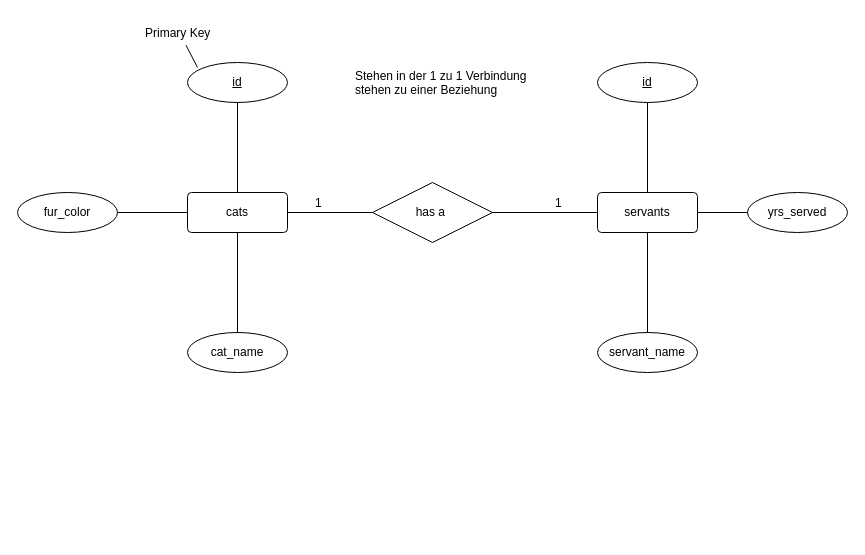
JenniferRoe/02_DB_Models keeps this draw.io diagram as kardinalitaet_1_1/01_1-1.drawio. Above is the earlier version. Source tidied: cells renumbered, new cells numbered last; positions are measured from the earlier drawing's top-left corner, leaving out a move shared by most shapes. Both pictures are drawn from the tidied source at 100%, with x=0, y=0 at pixel (17, 17).
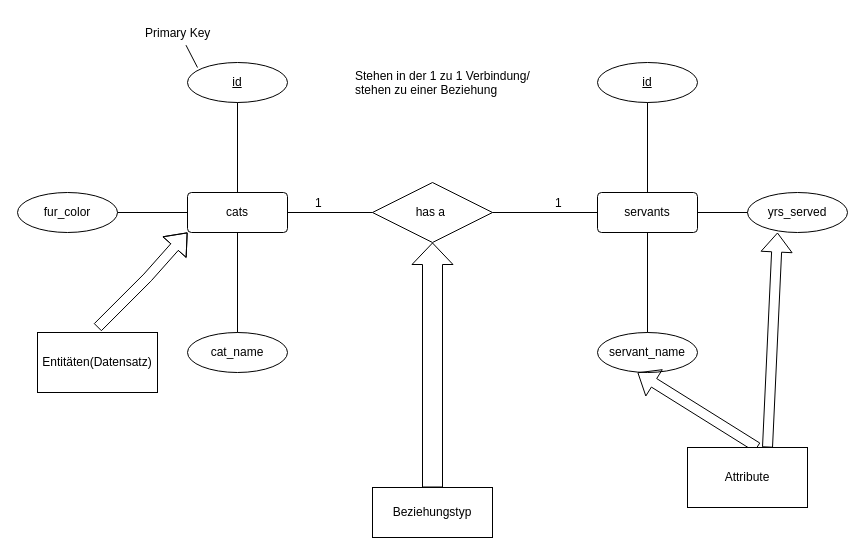
The same diagram, later.

Unchanged cells that the change refers to:
```xml
<mxCell id="2" value="cats" style="rounded=1;arcSize=10;whiteSpace=wrap;html=1;align=center;" parent="1" vertex="1">
  <mxGeometry x="170" y="175" width="100" height="40" as="geometry" />
</mxCell>
<mxCell id="16" value="has a&amp;nbsp;" style="shape=rhombus;perimeter=rhombusPerimeter;whiteSpace=wrap;html=1;align=center;" parent="1" vertex="1">
  <mxGeometry x="355" y="165" width="120" height="60" as="geometry" />
</mxCell>
<mxCell id="28" style="shape=tableRow;horizontal=0;startSize=0;swimlaneHead=0;swimlaneBody=0;fillColor=none;top=0;left=0;right=0;bottom=0;" parent="27" vertex="1">
  <mxGeometry width="230" height="30" as="geometry" />
</mxCell>
```

What changed in the source:
```diff
@@
-    <mxCell id="30" value="Stehen in der 1 zu 1 Verbindung&#10;stehen zu einer Beziehung" style="shape=partialRectangle;fillColor=none;top=0;left=0;bottom=0;right=0;align=left;spacingLeft=6;overflow=hidden;" parent="28" vertex="1">
+    <mxCell id="30" value="Stehen in der 1 zu 1 Verbindung/&#10;stehen zu einer Beziehung" style="shape=partialRectangle;fillColor=none;top=0;left=0;bottom=0;right=0;align=left;spacingLeft=6;overflow=hidden;" parent="28" vertex="1">
       <mxGeometry x="30" width="200" height="30" as="geometry" />
     </mxCell>
@@
+    <mxCell id="36" style="shape=flexArrow;endArrow=classic;html=1;entryX=0;entryY=1;entryDx=0;entryDy=0;" parent="1" edge="1" target="2">
+      <mxGeometry relative="1" as="geometry">
+        <mxPoint x="80" y="310" as="sourcePoint" />
+        <Array as="points">
+          <mxPoint x="130" y="260" />
+        </Array>
+      </mxGeometry>
+    </mxCell>
+    <mxCell id="37" value="Entitäten(Datensatz)" style="rounded=0;whiteSpace=wrap;html=1;" parent="1" vertex="1">
+      <mxGeometry x="20" y="315" width="120" height="60" as="geometry" />
+    </mxCell>
+    <mxCell id="38" style="shape=flexArrow;endArrow=classic;html=1;width=20;endSize=6.831999999999999;entryX=0.5;entryY=1;entryDx=0;entryDy=0;exitX=0.5;exitY=0;exitDx=0;exitDy=0;" parent="1" edge="1" source="39" target="16">
+      <mxGeometry relative="1" as="geometry" />
+    </mxCell>
+    <mxCell id="39" value="Beziehungstyp" style="rounded=0;whiteSpace=wrap;html=1;" parent="1" vertex="1">
+      <mxGeometry x="355" y="470" width="120" height="50" as="geometry" />
+    </mxCell>
+    <mxCell id="40" style="shape=flexArrow;endArrow=classic;html=1;entryX=0.5;entryY=1;entryDx=0;entryDy=0;" parent="1" edge="1">
+      <mxGeometry relative="1" as="geometry">
+        <mxPoint x="740" y="430" as="sourcePoint" />
+        <mxPoint x="620" y="355" as="targetPoint" />
+      </mxGeometry>
+    </mxCell>
+    <mxCell id="41" style="shape=flexArrow;endArrow=classic;html=1;" parent="1" edge="1">
+      <mxGeometry relative="1" as="geometry">
+        <mxPoint x="750" y="430" as="sourcePoint" />
+        <mxPoint x="760" y="215" as="targetPoint" />
+      </mxGeometry>
+    </mxCell>
+    <mxCell id="42" value="Attribute" style="rounded=0;whiteSpace=wrap;html=1;" parent="1" vertex="1">
+      <mxGeometry x="670" y="430" width="120" height="60" as="geometry" />
+    </mxCell>
```
